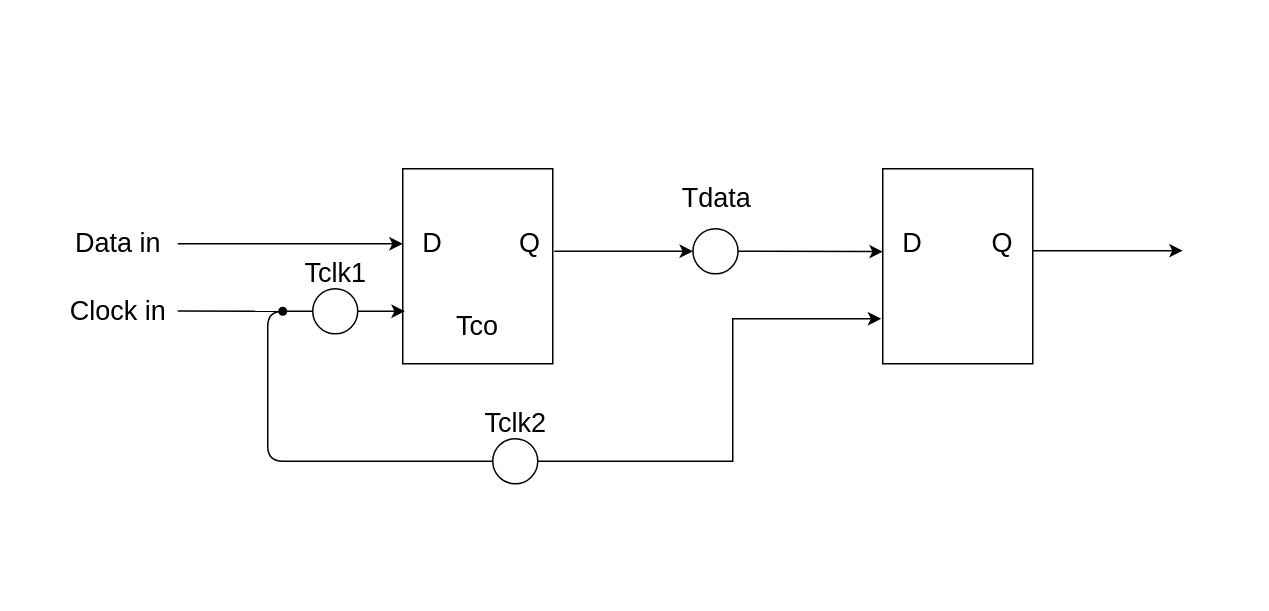
This is FPGA timing constraints .drawio from Katharine-0331/files, a draw.io file, before an edit. Source tidied: cells renumbered, new cells numbered last; positions are measured from the earlier drawing's top-left corner, leaving out a move shared by most shapes. Both pictures are drawn from the tidied source at 150%, with x=0, y=0 at pixel (57, 168).
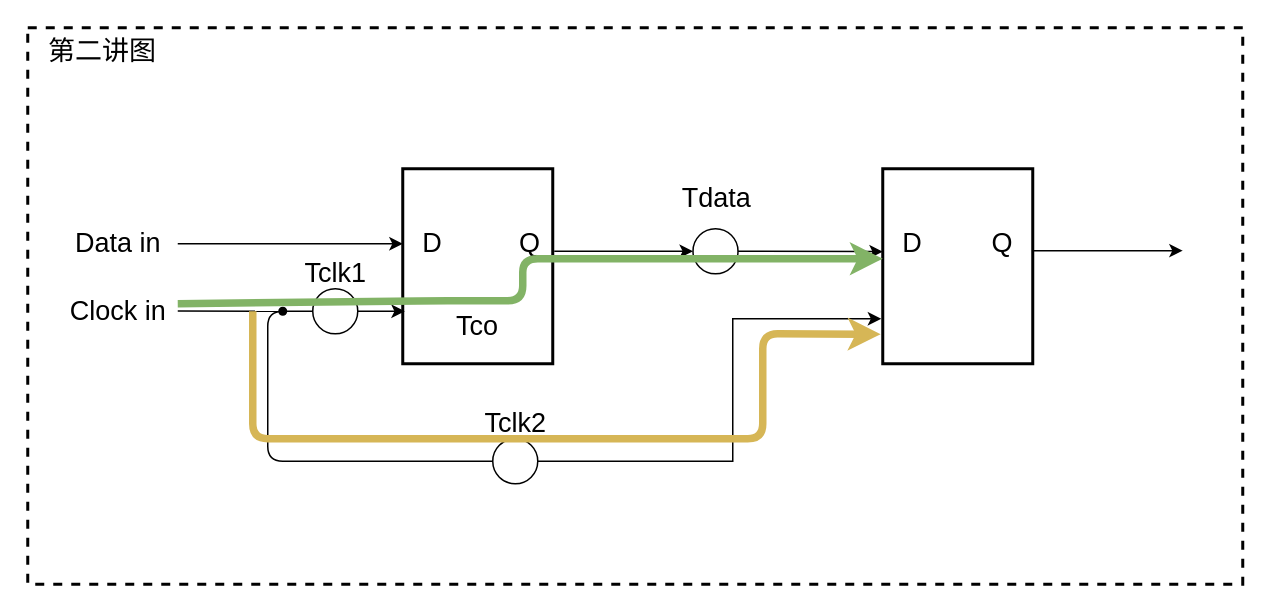
After the change.

Unchanged cells that the change refers to:
```xml
<mxCell id="23" value="D" style="text;html=1;strokeColor=none;fillColor=none;align=center;verticalAlign=middle;whiteSpace=wrap;rounded=0;fontSize=18;" parent="1" vertex="1">
  <mxGeometry x="550" y="40" width="40" height="20" as="geometry" />
</mxCell>
```

Change to the diagram source:
```diff
@@
-    <mxCell id="2" style="rounded=0;whiteSpace=wrap;html=1;" parent="1" vertex="1">
+    <mxCell id="2" style="rounded=0;whiteSpace=wrap;html=1;strokeWidth=2;" parent="1" vertex="1">
       <mxGeometry x="230" width="100" height="130" as="geometry" />
     </mxCell>
-    <mxCell id="3" style="rounded=0;whiteSpace=wrap;html=1;" parent="1" vertex="1">
+    <mxCell id="3" style="rounded=0;whiteSpace=wrap;html=1;strokeWidth=2;" parent="1" vertex="1">
       <mxGeometry x="550" width="100" height="130" as="geometry" />
     </mxCell>
@@
+    <mxCell id="26" style="endArrow=classic;html=1;fontSize=18;strokeWidth=5;fillColor=#d5e8d4;strokeColor=#82b366;entryX=0;entryY=1;entryDx=0;entryDy=0;" parent="1" edge="1" target="23">
+      <mxGeometry relative="1" as="geometry">
+        <mxPoint x="80" y="90" as="sourcePoint" />
+        <Array as="points">
+          <mxPoint x="250" y="88" />
+          <mxPoint x="310" y="88" />
+          <mxPoint x="310" y="60" />
+        </Array>
+      </mxGeometry>
+    </mxCell>
+    <mxCell id="27" style="endArrow=classic;html=1;fontSize=18;strokeWidth=5;entryX=-0.014;entryY=0.849;entryDx=0;entryDy=0;entryPerimeter=0;fillColor=#fff2cc;strokeColor=#d6b656;" parent="1" edge="1" target="3">
+      <mxGeometry relative="1" as="geometry">
+        <mxPoint x="130" y="95" as="sourcePoint" />
+        <Array as="points">
+          <mxPoint x="130" y="180" />
+          <mxPoint x="470" y="180" />
+          <mxPoint x="470" y="110" />
+        </Array>
+      </mxGeometry>
+    </mxCell>
+    <mxCell id="28" style="rounded=0;whiteSpace=wrap;html=1;fontSize=18;strokeWidth=2;fillColor=none;dashed=1;" parent="1" vertex="1">
+      <mxGeometry x="-20" y="-94" width="810" height="371" as="geometry" />
+    </mxCell>
+    <mxCell id="29" value="第二讲图" style="text;html=1;strokeColor=none;fillColor=none;align=center;verticalAlign=middle;whiteSpace=wrap;rounded=0;dashed=1;fontSize=18;" parent="1" vertex="1">
+      <mxGeometry x="-15" y="-88" width="90" height="20" as="geometry" />
+    </mxCell>
```
